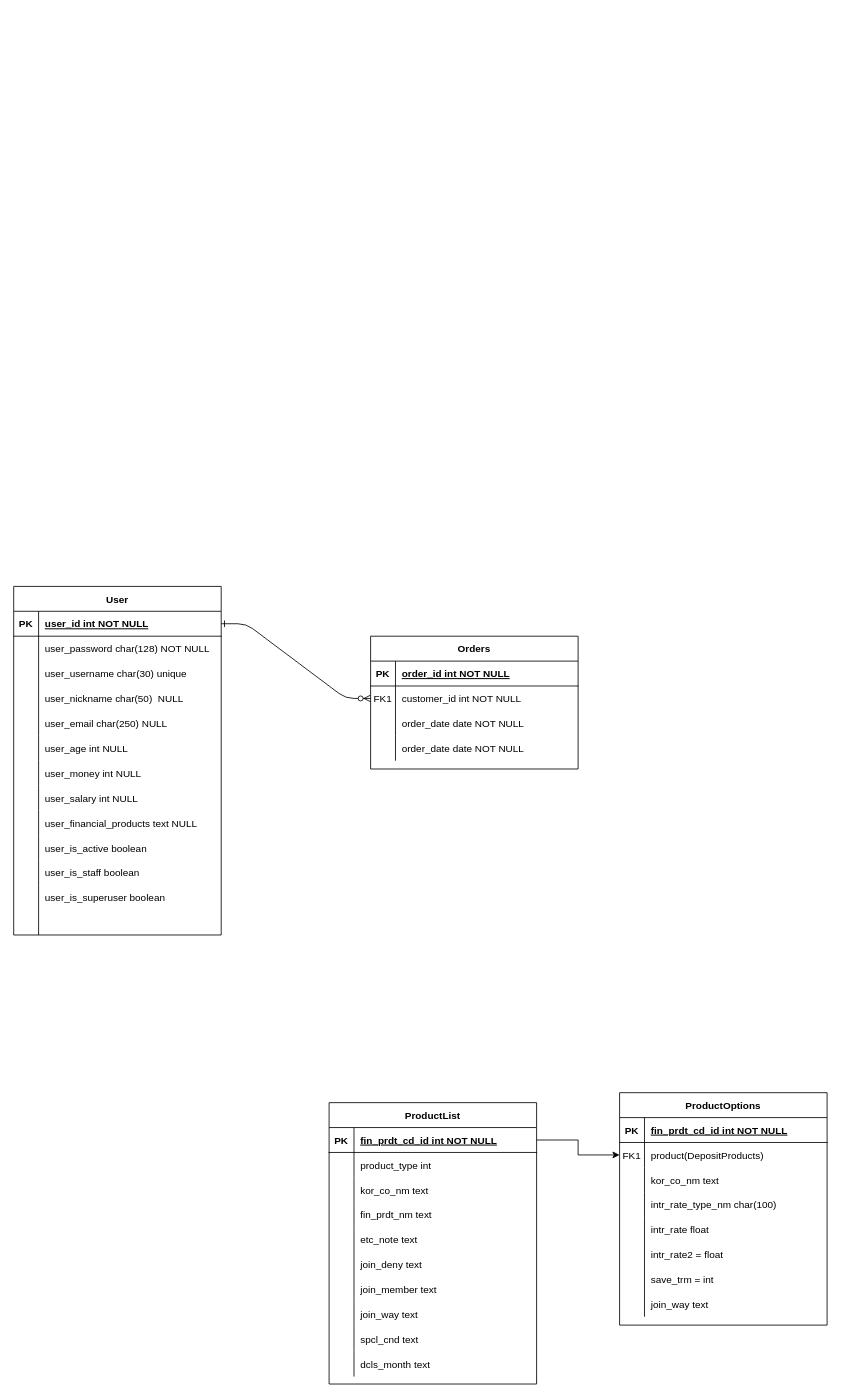
The draw.io diagram backendERD.drawio in jjaehong/MakeMoney, before the edit. Source tidied: cells renumbered, new cells numbered last; positions are measured from the earlier drawing's top-left corner, leaving out a move shared by most shapes. Both pictures are drawn from the tidied source at 83%, with x=0, y=0 at pixel (13, 586).
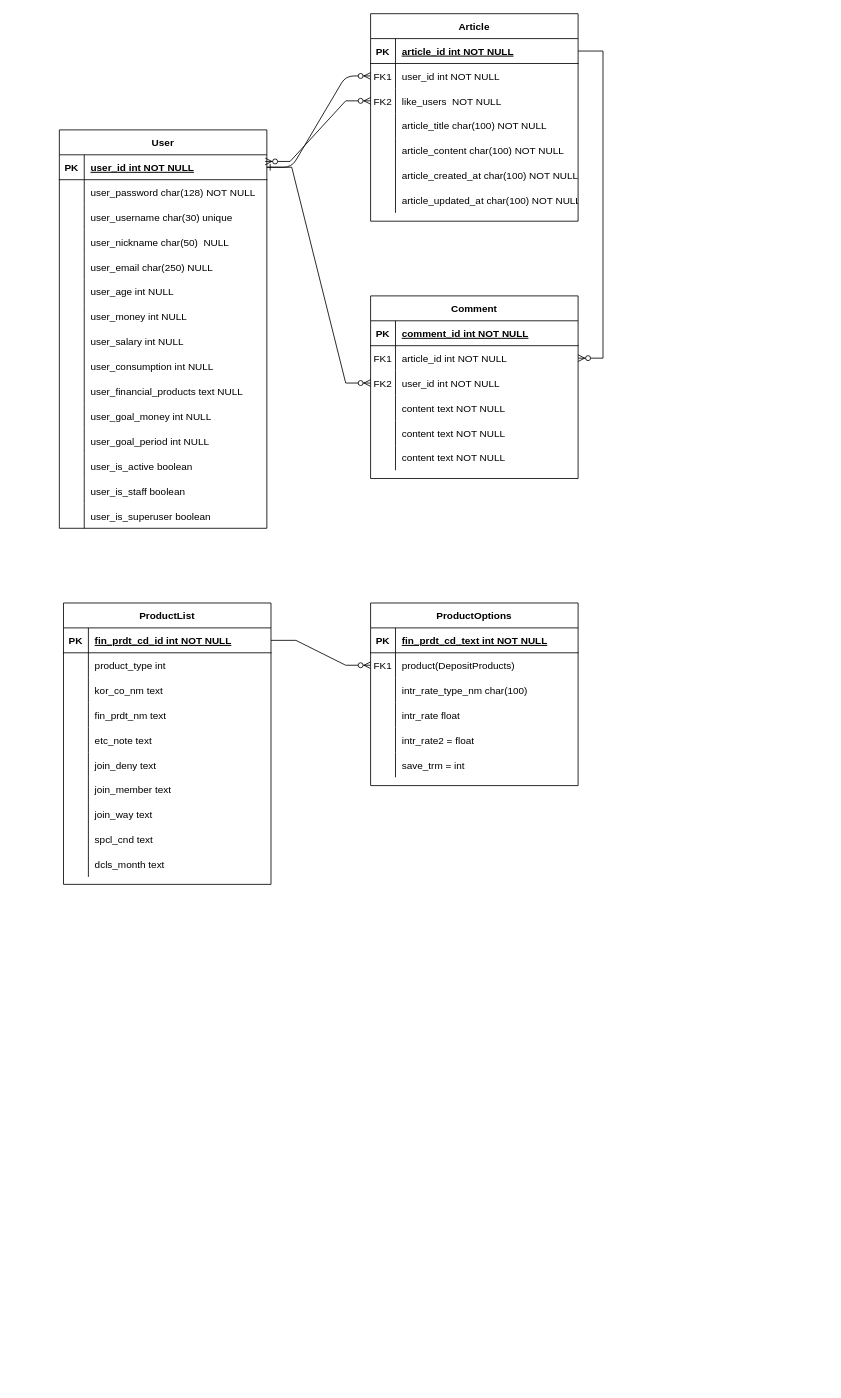
The same diagram, later.

Unchanged cells that the change refers to:
```xml
<mxCell id="4" style="shape=partialRectangle;fillColor=none;points=[[0,0.5],[1,0.5]];portConstraint=eastwest;top=0;left=0;right=0;bottom=1;" parent="3" vertex="1">
  <mxGeometry y="30" width="250" height="30" as="geometry" />
</mxCell>
<mxCell id="7" style="shape=partialRectangle;fillColor=none;points=[[0,0.5],[1,0.5]];portConstraint=eastwest;top=0;left=0;right=0;bottom=0;" parent="3" vertex="1">
  <mxGeometry y="60" width="250" height="30" as="geometry" />
</mxCell>
<mxCell id="10" style="shape=partialRectangle;fillColor=none;points=[[0,0.5],[1,0.5]];portConstraint=eastwest;top=0;left=0;right=0;bottom=0;" parent="3" vertex="1">
  <mxGeometry y="90" width="250" height="30" as="geometry" />
</mxCell>
<mxCell id="13" style="shape=partialRectangle;fillColor=none;top=0;left=0;right=0;bottom=0;" parent="3" vertex="1">
  <mxGeometry y="120" width="250" height="30" as="geometry" />
</mxCell>
<mxCell id="17" style="shape=partialRectangle;fillColor=none;points=[[0,0.5],[1,0.5]];portConstraint=eastwest;top=0;left=0;right=0;bottom=1;" parent="16" vertex="1">
  <mxGeometry y="30" width="250" height="30" as="geometry" />
</mxCell>
<mxCell id="57" style="shape=partialRectangle;fillColor=none;points=[[0,0.5],[1,0.5]];portConstraint=eastwest;top=0;left=0;right=0;bottom=1;" parent="56" vertex="1">
  <mxGeometry y="30" width="250" height="30" as="geometry" />
</mxCell>
<mxCell id="88" style="shape=partialRectangle;fillColor=none;top=0;left=0;right=0;bottom=1;" parent="87" vertex="1">
  <mxGeometry y="30" width="250" height="30" as="geometry" />
</mxCell>
<mxCell id="91" style="shape=partialRectangle;fillColor=none;points=[[0,0.5],[1,0.5]];portConstraint=eastwest;top=0;left=0;right=0;bottom=0;" parent="87" vertex="1">
  <mxGeometry y="60" width="250" height="30" as="geometry" />
</mxCell>
```

Change to the diagram source:
```diff
@@
-    <mxCell id="3" value="Orders" style="shape=table;startSize=30;childLayout=tableLayout;rowLines=0;fontStyle=1;align=center;" parent="1" vertex="1">
-      <mxGeometry x="430" y="60" width="250" height="160" as="geometry" />
+    <mxCell id="3" value="Article" style="shape=table;startSize=30;childLayout=tableLayout;rowLines=0;fontStyle=1;align=center;" parent="1" vertex="1">
+      <mxGeometry x="430" y="-690" width="250" height="250" as="geometry" />
     </mxCell>
@@
-    <mxCell id="6" value="order_id int NOT NULL " style="shape=partialRectangle;overflow=hidden;fillColor=none;top=0;left=0;bottom=0;right=0;align=left;spacingLeft=6;fontStyle=5;" parent="4" vertex="1">
+    <mxCell id="6" value="article_id int NOT NULL " style="shape=partialRectangle;overflow=hidden;fillColor=none;top=0;left=0;bottom=0;right=0;align=left;spacingLeft=6;fontStyle=5;" parent="4" vertex="1">
       <mxGeometry x="30" width="220" height="30" as="geometry" />
     </mxCell>
@@
-    <mxCell id="9" value="customer_id int NOT NULL" style="shape=partialRectangle;overflow=hidden;fillColor=none;top=0;left=0;bottom=0;right=0;align=left;spacingLeft=6;" parent="7" vertex="1">
+    <mxCell id="9" value="user_id int NOT NULL" style="shape=partialRectangle;overflow=hidden;fillColor=none;top=0;left=0;bottom=0;right=0;align=left;spacingLeft=6;" parent="7" vertex="1">
       <mxGeometry x="30" width="220" height="30" as="geometry" />
     </mxCell>
@@
-    <mxCell id="11" style="shape=partialRectangle;overflow=hidden;fillColor=none;top=0;left=0;bottom=0;right=0;" parent="10" vertex="1">
+    <mxCell id="11" value="FK2" style="shape=partialRectangle;overflow=hidden;fillColor=none;top=0;left=0;bottom=0;right=0;" parent="10" vertex="1">
       <mxGeometry width="30" height="30" as="geometry" />
     </mxCell>
-    <mxCell id="12" value="order_date date NOT NULL" style="shape=partialRectangle;overflow=hidden;fillColor=none;top=0;left=0;bottom=0;right=0;align=left;spacingLeft=6;" parent="10" vertex="1">
+    <mxCell id="12" value="like_users  NOT NULL" style="shape=partialRectangle;overflow=hidden;fillColor=none;top=0;left=0;bottom=0;right=0;align=left;spacingLeft=6;" parent="10" vertex="1">
       <mxGeometry x="30" width="220" height="30" as="geometry" />
     </mxCell>
@@
-    <mxCell id="15" value="order_date date NOT NULL" style="shape=partialRectangle;overflow=hidden;fillColor=none;top=0;left=0;bottom=0;right=0;align=left;spacingLeft=6;" parent="13" vertex="1">
+    <mxCell id="15" value="article_title char(100) NOT NULL" style="shape=partialRectangle;overflow=hidden;fillColor=none;top=0;left=0;bottom=0;right=0;align=left;spacingLeft=6;" parent="13" vertex="1">
       <mxGeometry x="30" width="220" height="30" as="geometry" />
     </mxCell>
+    <mxCell id="113" style="shape=partialRectangle;fillColor=none;top=0;left=0;right=0;bottom=0;" parent="3" vertex="1">
+      <mxGeometry y="150" width="250" height="30" as="geometry" />
+    </mxCell>
+    <mxCell id="114" style="shape=partialRectangle;overflow=hidden;fillColor=none;top=0;left=0;bottom=0;right=0;" parent="113" vertex="1">
+      <mxGeometry width="30" height="30" as="geometry" />
+    </mxCell>
+    <mxCell id="115" value="article_content char(100) NOT NULL" style="shape=partialRectangle;overflow=hidden;fillColor=none;top=0;left=0;bottom=0;right=0;align=left;spacingLeft=6;" parent="113" vertex="1">
+      <mxGeometry x="30" width="220" height="30" as="geometry" />
+    </mxCell>
+    <mxCell id="116" style="shape=partialRectangle;fillColor=none;top=0;left=0;right=0;bottom=0;" parent="3" vertex="1">
+      <mxGeometry y="180" width="250" height="30" as="geometry" />
+    </mxCell>
+    <mxCell id="117" style="shape=partialRectangle;overflow=hidden;fillColor=none;top=0;left=0;bottom=0;right=0;" parent="116" vertex="1">
+      <mxGeometry width="30" height="30" as="geometry" />
+    </mxCell>
+    <mxCell id="118" value="article_created_at char(100) NOT NULL" style="shape=partialRectangle;overflow=hidden;fillColor=none;top=0;left=0;bottom=0;right=0;align=left;spacingLeft=6;" parent="116" vertex="1">
+      <mxGeometry x="30" width="220" height="30" as="geometry" />
+    </mxCell>
+    <mxCell id="119" style="shape=partialRectangle;fillColor=none;top=0;left=0;right=0;bottom=0;" parent="3" vertex="1">
+      <mxGeometry y="210" width="250" height="30" as="geometry" />
+    </mxCell>
+    <mxCell id="120" style="shape=partialRectangle;overflow=hidden;fillColor=none;top=0;left=0;bottom=0;right=0;" parent="119" vertex="1">
+      <mxGeometry width="30" height="30" as="geometry" />
+    </mxCell>
+    <mxCell id="121" value="article_updated_at char(100) NOT NULL" style="shape=partialRectangle;overflow=hidden;fillColor=none;top=0;left=0;bottom=0;right=0;align=left;spacingLeft=6;" parent="119" vertex="1">
+      <mxGeometry x="30" width="220" height="30" as="geometry" />
+    </mxCell>
     <mxCell id="16" value="User" style="shape=table;startSize=30;childLayout=tableLayout;rowLines=0;fontStyle=1;align=center;" parent="1" vertex="1">
-      <mxGeometry width="250" height="420" as="geometry" />
+      <mxGeometry x="55" y="-550" width="250" height="480" as="geometry" />
     </mxCell>
@@
+    <mxCell id="122" style="shape=partialRectangle;fillColor=none;top=0;left=0;right=0;bottom=0;" parent="16" vertex="1">
+      <mxGeometry y="270" width="250" height="30" as="geometry" />
+    </mxCell>
+    <mxCell id="123" style="shape=partialRectangle;overflow=hidden;fillColor=none;top=0;left=0;bottom=0;right=0;" parent="122" vertex="1">
+      <mxGeometry width="30" height="30" as="geometry" />
+    </mxCell>
+    <mxCell id="124" value="user_consumption int NULL" style="shape=partialRectangle;overflow=hidden;fillColor=none;top=0;left=0;bottom=0;right=0;align=left;spacingLeft=6;" parent="122" vertex="1">
+      <mxGeometry x="30" width="220" height="30" as="geometry" />
+    </mxCell>
     <mxCell id="41" style="shape=partialRectangle;fillColor=none;top=0;left=0;right=0;bottom=0;" parent="16" vertex="1">
-      <mxGeometry y="270" width="250" height="30" as="geometry" />
+      <mxGeometry y="300" width="250" height="30" as="geometry" />
     </mxCell>
@@
+    <mxCell id="125" style="shape=partialRectangle;fillColor=none;top=0;left=0;right=0;bottom=0;" parent="16" vertex="1">
+      <mxGeometry y="330" width="250" height="30" as="geometry" />
+    </mxCell>
+    <mxCell id="126" style="shape=partialRectangle;overflow=hidden;fillColor=none;top=0;left=0;bottom=0;right=0;" parent="125" vertex="1">
+      <mxGeometry width="30" height="30" as="geometry" />
+    </mxCell>
+    <mxCell id="127" value="user_goal_money int NULL" style="shape=partialRectangle;overflow=hidden;fillColor=none;top=0;left=0;bottom=0;right=0;align=left;spacingLeft=6;" parent="125" vertex="1">
+      <mxGeometry x="30" width="220" height="30" as="geometry" />
+    </mxCell>
+    <mxCell id="128" style="shape=partialRectangle;fillColor=none;top=0;left=0;right=0;bottom=0;" parent="16" vertex="1">
+      <mxGeometry y="360" width="250" height="30" as="geometry" />
+    </mxCell>
+    <mxCell id="129" style="shape=partialRectangle;overflow=hidden;fillColor=none;top=0;left=0;bottom=0;right=0;" parent="128" vertex="1">
+      <mxGeometry width="30" height="30" as="geometry" />
+    </mxCell>
+    <mxCell id="130" value="user_goal_period int NULL" style="shape=partialRectangle;overflow=hidden;fillColor=none;top=0;left=0;bottom=0;right=0;align=left;spacingLeft=6;" parent="128" vertex="1">
+      <mxGeometry x="30" width="220" height="30" as="geometry" />
+    </mxCell>
     <mxCell id="44" style="shape=partialRectangle;fillColor=none;top=0;left=0;right=0;bottom=0;" parent="16" vertex="1">
-      <mxGeometry y="300" width="250" height="30" as="geometry" />
+      <mxGeometry y="390" width="250" height="30" as="geometry" />
     </mxCell>
@@
     <mxCell id="47" style="shape=partialRectangle;fillColor=none;top=0;left=0;right=0;bottom=0;" parent="16" vertex="1">
-      <mxGeometry y="330" width="250" height="30" as="geometry" />
+      <mxGeometry y="420" width="250" height="30" as="geometry" />
     </mxCell>
@@
     <mxCell id="50" style="shape=partialRectangle;fillColor=none;top=0;left=0;right=0;bottom=0;" parent="16" vertex="1">
-      <mxGeometry y="360" width="250" height="30" as="geometry" />
+      <mxGeometry y="450" width="250" height="30" as="geometry" />
     </mxCell>
@@
-    <mxCell id="53" style="shape=partialRectangle;fillColor=none;top=0;left=0;right=0;bottom=0;" parent="16" vertex="1">
-      <mxGeometry y="390" width="250" height="30" as="geometry" />
-    </mxCell>
-    <mxCell id="54" style="shape=partialRectangle;overflow=hidden;fillColor=none;top=0;left=0;bottom=0;right=0;" parent="53" vertex="1">
-      <mxGeometry width="30" height="30" as="geometry" />
-    </mxCell>
-    <mxCell id="55" style="shape=partialRectangle;overflow=hidden;fillColor=none;top=0;left=0;bottom=0;right=0;align=left;spacingLeft=6;" parent="53" vertex="1">
-      <mxGeometry x="30" width="220" height="30" as="geometry" />
-    </mxCell>
     <mxCell id="56" value="ProductList" style="shape=table;startSize=30;childLayout=tableLayout;rowLines=0;fontStyle=1;align=center;" parent="1" vertex="1">
-      <mxGeometry x="380" y="622" width="250" height="339" as="geometry" />
+      <mxGeometry x="60" y="20" width="250" height="339" as="geometry" />
     </mxCell>
@@
     <mxCell id="87" value="ProductOptions" style="shape=table;startSize=30;childLayout=tableLayout;rowLines=0;fontStyle=1;align=center;" parent="1" vertex="1">
-      <mxGeometry x="730" y="610" width="250" height="280" as="geometry" />
+      <mxGeometry x="430" y="20" width="250" height="220" as="geometry" />
     </mxCell>
@@
-    <mxCell id="90" value="fin_prdt_cd_id int NOT NULL " style="shape=partialRectangle;overflow=hidden;fillColor=none;top=0;left=0;bottom=0;right=0;align=left;spacingLeft=6;fontStyle=5;" parent="88" vertex="1">
+    <mxCell id="90" value="fin_prdt_cd_text int NOT NULL " style="shape=partialRectangle;overflow=hidden;fillColor=none;top=0;left=0;bottom=0;right=0;align=left;spacingLeft=6;fontStyle=5;" parent="88" vertex="1">
       <mxGeometry x="30" width="220" height="30" as="geometry" />
     </mxCell>
@@
-    <mxCell id="94" style="shape=partialRectangle;fillColor=none;points=[[0,0.5],[1,0.5]];portConstraint=eastwest;top=0;left=0;right=0;bottom=0;" parent="87" vertex="1">
-      <mxGeometry y="90" width="250" height="30" as="geometry" />
-    </mxCell>
-    <mxCell id="95" style="shape=partialRectangle;overflow=hidden;fillColor=none;top=0;left=0;bottom=0;right=0;" parent="94" vertex="1">
-      <mxGeometry width="30" height="30" as="geometry" />
-    </mxCell>
-    <mxCell id="96" value="kor_co_nm text" style="shape=partialRectangle;overflow=hidden;fillColor=none;top=0;left=0;bottom=0;right=0;align=left;spacingLeft=6;" parent="94" vertex="1">
-      <mxGeometry x="30" width="220" height="30" as="geometry" />
-    </mxCell>
     <mxCell id="97" style="shape=partialRectangle;fillColor=none;top=0;left=0;right=0;bottom=0;" parent="87" vertex="1">
-      <mxGeometry y="120" width="250" height="30" as="geometry" />
+      <mxGeometry y="90" width="250" height="30" as="geometry" />
     </mxCell>
@@
     <mxCell id="100" style="shape=partialRectangle;fillColor=none;top=0;left=0;right=0;bottom=0;" parent="87" vertex="1">
-      <mxGeometry y="150" width="250" height="30" as="geometry" />
+      <mxGeometry y="120" width="250" height="30" as="geometry" />
     </mxCell>
@@
     <mxCell id="103" style="shape=partialRectangle;fillColor=none;top=0;left=0;right=0;bottom=0;" parent="87" vertex="1">
-      <mxGeometry y="180" width="250" height="30" as="geometry" />
+      <mxGeometry y="150" width="250" height="30" as="geometry" />
     </mxCell>
@@
     <mxCell id="106" style="shape=partialRectangle;fillColor=none;top=0;left=0;right=0;bottom=0;" parent="87" vertex="1">
-      <mxGeometry y="210" width="250" height="30" as="geometry" />
+      <mxGeometry y="180" width="250" height="30" as="geometry" />
     </mxCell>
@@
-    <mxCell id="109" style="shape=partialRectangle;fillColor=none;top=0;left=0;right=0;bottom=0;" parent="87" vertex="1">
-      <mxGeometry y="240" width="250" height="30" as="geometry" />
-    </mxCell>
-    <mxCell id="110" style="shape=partialRectangle;overflow=hidden;fillColor=none;top=0;left=0;bottom=0;right=0;" parent="109" vertex="1">
-      <mxGeometry width="30" height="30" as="geometry" />
-    </mxCell>
-    <mxCell id="111" value="join_way text" style="shape=partialRectangle;overflow=hidden;fillColor=none;top=0;left=0;bottom=0;right=0;align=left;spacingLeft=6;" parent="109" vertex="1">
-      <mxGeometry x="30" width="220" height="30" as="geometry" />
-    </mxCell>
+    <mxCell id="131" value="Comment" style="shape=table;startSize=30;childLayout=tableLayout;rowLines=0;fontStyle=1;align=center;" parent="1" vertex="1">
+      <mxGeometry x="430" y="-350" width="250" height="220" as="geometry" />
+    </mxCell>
+    <mxCell id="132" style="shape=partialRectangle;fillColor=none;top=0;left=0;right=0;bottom=1;" parent="131" vertex="1">
+      <mxGeometry y="30" width="250" height="30" as="geometry" />
+    </mxCell>
+    <mxCell id="133" value="PK" style="shape=partialRectangle;overflow=hidden;fillColor=none;top=0;left=0;bottom=0;right=0;fontStyle=1;" parent="132" vertex="1">
+      <mxGeometry width="30" height="30" as="geometry" />
+    </mxCell>
+    <mxCell id="134" value="comment_id int NOT NULL " style="shape=partialRectangle;overflow=hidden;fillColor=none;top=0;left=0;bottom=0;right=0;align=left;spacingLeft=6;fontStyle=5;" parent="132" vertex="1">
+      <mxGeometry x="30" width="220" height="30" as="geometry" />
+    </mxCell>
+    <mxCell id="135" style="shape=partialRectangle;fillColor=none;points=[[0,0.5],[1,0.5]];portConstraint=eastwest;top=0;left=0;right=0;bottom=0;" parent="131" vertex="1">
+      <mxGeometry y="60" width="250" height="30" as="geometry" />
+    </mxCell>
+    <mxCell id="136" value="FK1" style="shape=partialRectangle;overflow=hidden;fillColor=none;top=0;left=0;bottom=0;right=0;" parent="135" vertex="1">
+      <mxGeometry width="30" height="30" as="geometry" />
+    </mxCell>
+    <mxCell id="137" value="article_id int NOT NULL" style="shape=partialRectangle;overflow=hidden;fillColor=none;top=0;left=0;bottom=0;right=0;align=left;spacingLeft=6;" parent="135" vertex="1">
+      <mxGeometry x="30" width="220" height="30" as="geometry" />
+    </mxCell>
+    <mxCell id="94" style="shape=partialRectangle;fillColor=none;points=[[0,0.5],[1,0.5]];portConstraint=eastwest;top=0;left=0;right=0;bottom=0;" parent="131" vertex="1">
+      <mxGeometry y="90" width="250" height="30" as="geometry" />
+    </mxCell>
+    <mxCell id="138" value="FK2" style="shape=partialRectangle;overflow=hidden;fillColor=none;top=0;left=0;bottom=0;right=0;" parent="94" vertex="1">
+      <mxGeometry width="30" height="30" as="geometry" />
+    </mxCell>
+    <mxCell id="139" value="user_id int NOT NULL" style="shape=partialRectangle;overflow=hidden;fillColor=none;top=0;left=0;bottom=0;right=0;align=left;spacingLeft=6;" parent="94" vertex="1">
+      <mxGeometry x="30" width="220" height="30" as="geometry" />
+    </mxCell>
+    <mxCell id="140" style="shape=partialRectangle;fillColor=none;top=0;left=0;right=0;bottom=0;" parent="131" vertex="1">
+      <mxGeometry y="120" width="250" height="30" as="geometry" />
+    </mxCell>
+    <mxCell id="141" style="shape=partialRectangle;overflow=hidden;fillColor=none;top=0;left=0;bottom=0;right=0;" parent="140" vertex="1">
+      <mxGeometry width="30" height="30" as="geometry" />
+    </mxCell>
+    <mxCell id="142" value="content text NOT NULL" style="shape=partialRectangle;overflow=hidden;fillColor=none;top=0;left=0;bottom=0;right=0;align=left;spacingLeft=6;" parent="140" vertex="1">
+      <mxGeometry x="30" width="220" height="30" as="geometry" />
+    </mxCell>
+    <mxCell id="143" style="shape=partialRectangle;fillColor=none;top=0;left=0;right=0;bottom=0;" parent="131" vertex="1">
+      <mxGeometry y="150" width="250" height="30" as="geometry" />
+    </mxCell>
+    <mxCell id="144" style="shape=partialRectangle;overflow=hidden;fillColor=none;top=0;left=0;bottom=0;right=0;" parent="143" vertex="1">
+      <mxGeometry width="30" height="30" as="geometry" />
+    </mxCell>
+    <mxCell id="145" value="content text NOT NULL" style="shape=partialRectangle;overflow=hidden;fillColor=none;top=0;left=0;bottom=0;right=0;align=left;spacingLeft=6;" parent="143" vertex="1">
+      <mxGeometry x="30" width="220" height="30" as="geometry" />
+    </mxCell>
+    <mxCell id="146" style="shape=partialRectangle;fillColor=none;top=0;left=0;right=0;bottom=0;" parent="131" vertex="1">
+      <mxGeometry y="180" width="250" height="30" as="geometry" />
+    </mxCell>
+    <mxCell id="147" style="shape=partialRectangle;overflow=hidden;fillColor=none;top=0;left=0;bottom=0;right=0;" parent="146" vertex="1">
+      <mxGeometry width="30" height="30" as="geometry" />
+    </mxCell>
+    <mxCell id="148" value="content text NOT NULL" style="shape=partialRectangle;overflow=hidden;fillColor=none;top=0;left=0;bottom=0;right=0;align=left;spacingLeft=6;" parent="146" vertex="1">
+      <mxGeometry x="30" width="220" height="30" as="geometry" />
+    </mxCell>
+    <mxCell id="149" style="edgeStyle=entityRelationEdgeStyle;fontSize=12;html=1;endArrow=ERzeroToMany;endFill=1;rounded=0;" parent="1" edge="1" source="4" target="135">
+      <mxGeometry relative="1" as="geometry" />
+    </mxCell>
+    <mxCell id="150" style="edgeStyle=entityRelationEdgeStyle;fontSize=12;html=1;endArrow=ERzeroToMany;endFill=1;rounded=0;exitX=1;exitY=0.5;exitDx=0;exitDy=0;" parent="1" edge="1" source="17" target="94">
+      <mxGeometry relative="1" as="geometry">
+        <Array as="points">
+          <mxPoint x="485" y="-150" />
+          <mxPoint x="455" y="-80" />
+          <mxPoint x="435" y="-110" />
+        </Array>
+      </mxGeometry>
+    </mxCell>
+    <mxCell id="151" style="edgeStyle=entityRelationEdgeStyle;fontSize=12;html=1;endArrow=ERzeroToMany;endFill=1;startArrow=ERzeroToMany;rounded=0;exitX=0.992;exitY=0.267;exitDx=0;exitDy=0;exitPerimeter=0;" parent="1" edge="1" source="17" target="10">
+      <mxGeometry relative="1" as="geometry" />
+    </mxCell>
-    <mxCell id="112" style="edgeStyle=orthogonalEdgeStyle;rounded=0;jettySize=auto;html=1;exitX=1;exitY=0.5;exitDx=0;exitDy=0;entryX=0;entryY=0.5;entryDx=0;entryDy=0;" parent="1" edge="1" source="57" target="91">
+    <mxCell id="112" style="edgeStyle=entityRelationEdgeStyle;fontSize=12;html=1;endArrow=ERzeroToMany;endFill=1;rounded=0;" parent="1" edge="1" source="57" target="91">
       <mxGeometry relative="1" as="geometry" />
     </mxCell>
```
